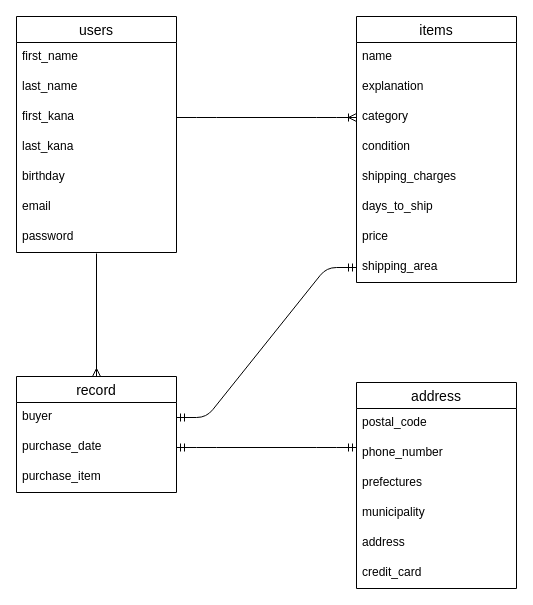
tech88kubo/furima-32114 keeps this draw.io diagram as ER.dio. Above is the earlier version. Source tidied: cells renumbered, new cells numbered last; positions are measured from the earlier drawing's top-left corner, leaving out a move shared by most shapes. Both pictures are drawn from the tidied source at 100%, with x=0, y=0 at pixel (16, 16).
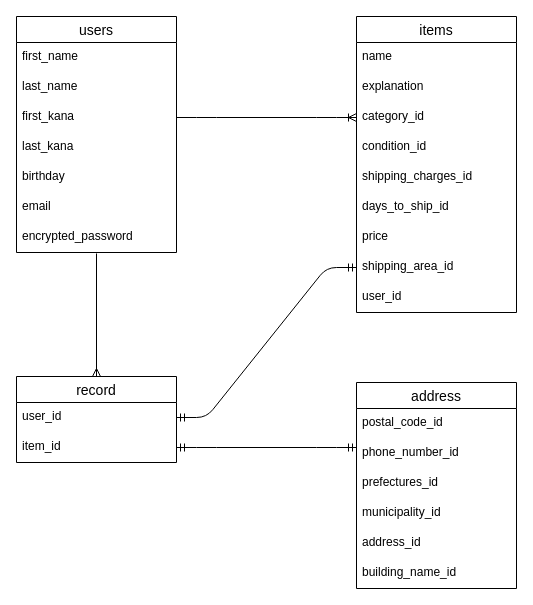
The same page after the edit.

The change refers to these unchanged cells:
```xml
<mxCell id="2" value="users" style="swimlane;fontStyle=0;horizontal=1;startSize=26;align=center;fontSize=14;" parent="1" vertex="1">
  <mxGeometry width="160" height="236" as="geometry" />
</mxCell>
<mxCell id="23" value="address" style="swimlane;fontStyle=0;horizontal=1;startSize=26;align=center;fontSize=14;" parent="1" vertex="1">
  <mxGeometry x="340" y="366" width="160" height="206" as="geometry" />
</mxCell>
```

The edit, as a diff of the source:
```diff
@@
-    <mxCell id="9" value="password" style="text;strokeColor=none;fillColor=none;spacingLeft=4;spacingRight=4;overflow=hidden;points=[[0,0.5],[1,0.5]];portConstraint=eastwest;fontSize=12;" parent="2" vertex="1">
+    <mxCell id="9" value="encrypted_password" style="text;strokeColor=none;fillColor=none;spacingLeft=4;spacingRight=4;overflow=hidden;points=[[0,0.5],[1,0.5]];portConstraint=eastwest;fontSize=12;" parent="2" vertex="1">
       <mxGeometry y="206" width="160" height="30" as="geometry" />
     </mxCell>
     <mxCell id="10" value="items" style="swimlane;fontStyle=0;horizontal=1;startSize=26;align=center;fontSize=14;" parent="1" vertex="1">
-      <mxGeometry x="340" width="160" height="266" as="geometry" />
+      <mxGeometry x="340" width="160" height="296" as="geometry" />
     </mxCell>
@@
-    <mxCell id="13" value="category" style="text;strokeColor=none;fillColor=none;spacingLeft=4;spacingRight=4;overflow=hidden;points=[[0,0.5],[1,0.5]];portConstraint=eastwest;fontSize=12;" parent="10" vertex="1">
+    <mxCell id="13" value="category_id" style="text;strokeColor=none;fillColor=none;spacingLeft=4;spacingRight=4;overflow=hidden;points=[[0,0.5],[1,0.5]];portConstraint=eastwest;fontSize=12;" parent="10" vertex="1">
       <mxGeometry y="86" width="160" height="30" as="geometry" />
     </mxCell>
-    <mxCell id="14" value="condition" style="text;strokeColor=none;fillColor=none;spacingLeft=4;spacingRight=4;overflow=hidden;fontSize=12;" parent="10" vertex="1">
+    <mxCell id="14" value="condition_id" style="text;strokeColor=none;fillColor=none;spacingLeft=4;spacingRight=4;overflow=hidden;fontSize=12;" parent="10" vertex="1">
       <mxGeometry y="116" width="160" height="30" as="geometry" />
     </mxCell>
-    <mxCell id="15" value="shipping_charges" style="text;strokeColor=none;fillColor=none;spacingLeft=4;spacingRight=4;overflow=hidden;fontSize=12;" parent="10" vertex="1">
+    <mxCell id="15" value="shipping_charges_id" style="text;strokeColor=none;fillColor=none;spacingLeft=4;spacingRight=4;overflow=hidden;fontSize=12;" parent="10" vertex="1">
       <mxGeometry y="146" width="160" height="30" as="geometry" />
     </mxCell>
-    <mxCell id="16" value="days_to_ship" style="text;strokeColor=none;fillColor=none;spacingLeft=4;spacingRight=4;overflow=hidden;fontSize=12;" parent="10" vertex="1">
+    <mxCell id="16" value="days_to_ship_id" style="text;strokeColor=none;fillColor=none;spacingLeft=4;spacingRight=4;overflow=hidden;fontSize=12;" parent="10" vertex="1">
       <mxGeometry y="176" width="160" height="30" as="geometry" />
     </mxCell>
@@
-    <mxCell id="18" value="shipping_area" style="text;strokeColor=none;fillColor=none;spacingLeft=4;spacingRight=4;overflow=hidden;points=[[0,0.5],[1,0.5]];portConstraint=eastwest;fontSize=12;" parent="10" vertex="1">
+    <mxCell id="18" value="shipping_area_id" style="text;strokeColor=none;fillColor=none;spacingLeft=4;spacingRight=4;overflow=hidden;points=[[0,0.5],[1,0.5]];portConstraint=eastwest;fontSize=12;" parent="10" vertex="1">
       <mxGeometry y="236" width="160" height="30" as="geometry" />
     </mxCell>
+    <mxCell id="34" value="user_id" style="text;strokeColor=none;fillColor=none;spacingLeft=4;spacingRight=4;overflow=hidden;fontSize=12;" parent="10" vertex="1">
+      <mxGeometry y="266" width="160" height="30" as="geometry" />
+    </mxCell>
     <mxCell id="19" value="record" style="swimlane;fontStyle=0;horizontal=1;startSize=26;align=center;fontSize=14;" parent="1" vertex="1">
-      <mxGeometry y="360" width="160" height="116" as="geometry" />
+      <mxGeometry y="360" width="160" height="86" as="geometry" />
     </mxCell>
-    <mxCell id="20" value="buyer" style="text;strokeColor=none;fillColor=none;spacingLeft=4;spacingRight=4;overflow=hidden;points=[[0,0.5],[1,0.5]];portConstraint=eastwest;fontSize=12;" parent="19" vertex="1">
+    <mxCell id="20" value="user_id" style="text;strokeColor=none;fillColor=none;spacingLeft=4;spacingRight=4;overflow=hidden;points=[[0,0.5],[1,0.5]];portConstraint=eastwest;fontSize=12;" parent="19" vertex="1">
       <mxGeometry y="26" width="160" height="30" as="geometry" />
     </mxCell>
-    <mxCell id="21" value="purchase_date" style="text;strokeColor=none;fillColor=none;spacingLeft=4;spacingRight=4;overflow=hidden;points=[[0,0.5],[1,0.5]];portConstraint=eastwest;fontSize=12;" parent="19" vertex="1">
+    <mxCell id="21" value="item_id" style="text;strokeColor=none;fillColor=none;spacingLeft=4;spacingRight=4;overflow=hidden;points=[[0,0.5],[1,0.5]];portConstraint=eastwest;fontSize=12;" parent="19" vertex="1">
       <mxGeometry y="56" width="160" height="30" as="geometry" />
     </mxCell>
-    <mxCell id="22" value="purchase_item" style="text;strokeColor=none;fillColor=none;spacingLeft=4;spacingRight=4;overflow=hidden;fontSize=12;" parent="19" vertex="1">
-      <mxGeometry y="86" width="160" height="30" as="geometry" />
-    </mxCell>
@@
-    <mxCell id="24" value="postal_code" style="text;strokeColor=none;fillColor=none;spacingLeft=4;spacingRight=4;overflow=hidden;fontSize=12;" parent="23" vertex="1">
+    <mxCell id="24" value="postal_code_id" style="text;strokeColor=none;fillColor=none;spacingLeft=4;spacingRight=4;overflow=hidden;fontSize=12;" parent="23" vertex="1">
       <mxGeometry y="26" width="160" height="30" as="geometry" />
     </mxCell>
-    <mxCell id="25" value="phone_number" style="text;strokeColor=none;fillColor=none;spacingLeft=4;spacingRight=4;overflow=hidden;fontSize=12;" parent="23" vertex="1">
+    <mxCell id="25" value="phone_number_id" style="text;strokeColor=none;fillColor=none;spacingLeft=4;spacingRight=4;overflow=hidden;fontSize=12;" parent="23" vertex="1">
       <mxGeometry y="56" width="160" height="30" as="geometry" />
     </mxCell>
-    <mxCell id="26" value="prefectures" style="text;strokeColor=none;fillColor=none;spacingLeft=4;spacingRight=4;overflow=hidden;fontSize=12;" parent="23" vertex="1">
+    <mxCell id="26" value="prefectures_id" style="text;strokeColor=none;fillColor=none;spacingLeft=4;spacingRight=4;overflow=hidden;fontSize=12;" parent="23" vertex="1">
       <mxGeometry y="86" width="160" height="30" as="geometry" />
     </mxCell>
-    <mxCell id="27" value="municipality" style="text;strokeColor=none;fillColor=none;spacingLeft=4;spacingRight=4;overflow=hidden;fontSize=12;" parent="23" vertex="1">
+    <mxCell id="27" value="municipality_id" style="text;strokeColor=none;fillColor=none;spacingLeft=4;spacingRight=4;overflow=hidden;fontSize=12;" parent="23" vertex="1">
       <mxGeometry y="116" width="160" height="30" as="geometry" />
     </mxCell>
-    <mxCell id="28" value="address" style="text;strokeColor=none;fillColor=none;spacingLeft=4;spacingRight=4;overflow=hidden;fontSize=12;" parent="23" vertex="1">
+    <mxCell id="28" value="address_id" style="text;strokeColor=none;fillColor=none;spacingLeft=4;spacingRight=4;overflow=hidden;fontSize=12;" parent="23" vertex="1">
       <mxGeometry y="146" width="160" height="30" as="geometry" />
     </mxCell>
-    <mxCell id="29" value="credit_card" style="text;strokeColor=none;fillColor=none;spacingLeft=4;spacingRight=4;overflow=hidden;fontSize=12;" parent="23" vertex="1">
-      <mxGeometry y="176" width="160" height="30" as="geometry" />
-    </mxCell>
+    <mxCell id="35" value="building_name_id" style="text;strokeColor=none;fillColor=none;spacingLeft=4;spacingRight=4;overflow=hidden;fontSize=12;" parent="23" vertex="1">
+      <mxGeometry y="176" width="160" height="30" as="geometry" />
+    </mxCell>
```
